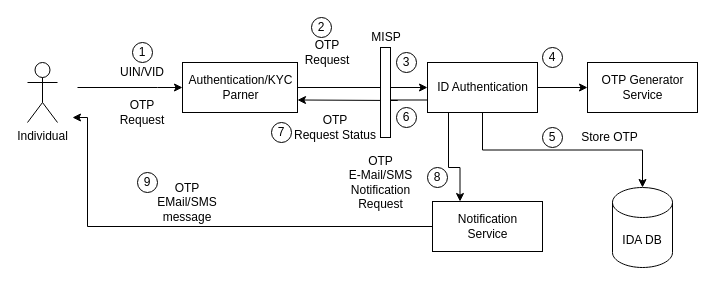
The draw.io diagram docs/_images/otp-request-flow.drawio in mosip/documentation, before the edit. Source tidied: cells renumbered, new cells numbered last; positions are measured from the earlier drawing's top-left corner, leaving out a move shared by most shapes. Both pictures are drawn from the tidied source at 100%, with x=0, y=0 at pixel (27, 17).
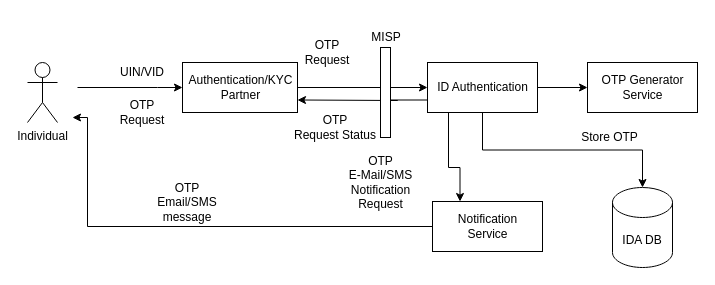
Above is the later version.

What changed in the source:
```diff
@@
-    <mxCell id="5" value="Authentication/KYC &lt;br&gt;Parner" style="html=1;" parent="1" vertex="1">
+    <mxCell id="5" value="Authentication/KYC &lt;br&gt;Partner" style="html=1;" parent="1" vertex="1">
       <mxGeometry x="155" y="45" width="115" height="50" as="geometry" />
     </mxCell>
@@
-    <mxCell id="22" value="1" style="ellipse;whiteSpace=wrap;html=1;" parent="1" vertex="1">
-      <mxGeometry x="105" y="25" width="20" height="20" as="geometry" />
-    </mxCell>
-    <mxCell id="23" value="2" style="ellipse;whiteSpace=wrap;html=1;" parent="1" vertex="1">
-      <mxGeometry x="284" width="20" height="20" as="geometry" />
-    </mxCell>
-    <mxCell id="24" value="3" style="ellipse;whiteSpace=wrap;html=1;" parent="1" vertex="1">
-      <mxGeometry x="369" y="35" width="20" height="20" as="geometry" />
-    </mxCell>
-    <mxCell id="25" value="4" style="ellipse;whiteSpace=wrap;html=1;" parent="1" vertex="1">
-      <mxGeometry x="515" y="30" width="20" height="20" as="geometry" />
-    </mxCell>
-    <mxCell id="26" value="5" style="ellipse;whiteSpace=wrap;html=1;" parent="1" vertex="1">
-      <mxGeometry x="515" y="110" width="20" height="20" as="geometry" />
-    </mxCell>
@@
-    <mxCell id="28" value="6" style="ellipse;whiteSpace=wrap;html=1;" parent="1" vertex="1">
-      <mxGeometry x="369" y="90" width="20" height="20" as="geometry" />
-    </mxCell>
-    <mxCell id="29" value="7" style="ellipse;whiteSpace=wrap;html=1;" parent="1" vertex="1">
-      <mxGeometry x="244" y="105" width="20" height="20" as="geometry" />
-    </mxCell>
-    <mxCell id="30" value="8" style="ellipse;whiteSpace=wrap;html=1;" parent="1" vertex="1">
-      <mxGeometry x="400" y="150" width="20" height="20" as="geometry" />
-    </mxCell>
@@
-    <mxCell id="32" value="9" style="ellipse;whiteSpace=wrap;html=1;" parent="1" vertex="1">
-      <mxGeometry x="110" y="155" width="20" height="20" as="geometry" />
-    </mxCell>
-    <mxCell id="33" value="OTP EMail/SMS message" style="text;html=1;strokeColor=none;fillColor=none;align=center;verticalAlign=middle;whiteSpace=wrap;rounded=0;" parent="1" vertex="1">
-      <mxGeometry x="130" y="170" width="60" height="30" as="geometry" />
+    <mxCell id="33" value="OTP Email/SMS message" style="text;html=1;strokeColor=none;fillColor=none;align=center;verticalAlign=middle;whiteSpace=wrap;rounded=0;" parent="1" vertex="1">
+      <mxGeometry x="120" y="170" width="80" height="30" as="geometry" />
     </mxCell>
```
